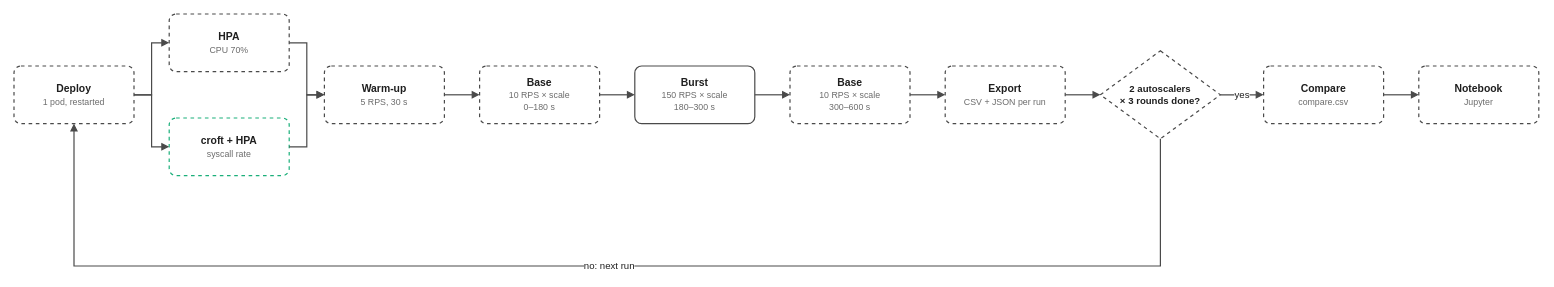
Earlier version of the draw.io diagram labs/research/experiment/assets/burst-flow.drawio (danielcristho/croft). Source tidied: cells renumbered, new cells numbered last; positions are measured from the earlier drawing's top-left corner, leaving out a move shared by most shapes. Both pictures are drawn from the tidied source at 80%, with x=0, y=0 at pixel (14, 14).
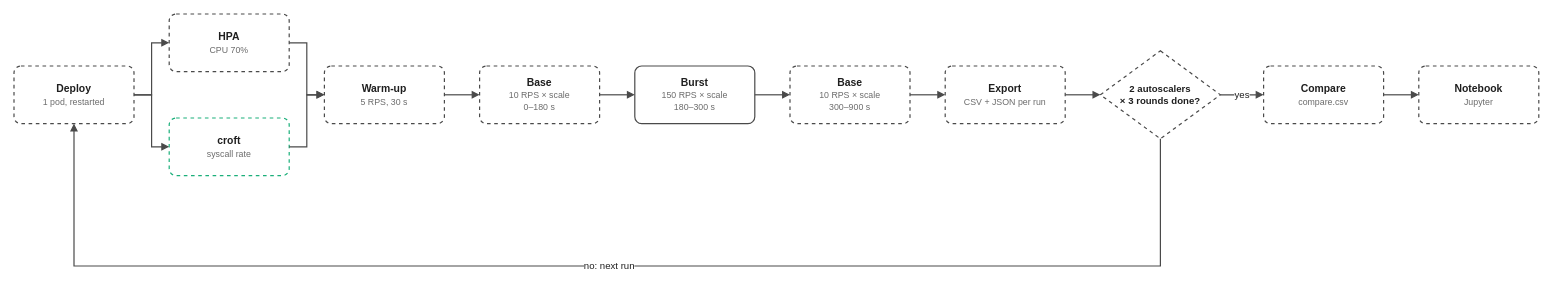
After the change.

Change to the diagram source:
```diff
@@
-    <mxCell id="4" value="&lt;b&gt;croft + HPA&lt;/b&gt;&lt;br&gt;&lt;span style=&quot;font-size:11px;color:#6B6B6B&quot;&gt;syscall rate&lt;/span&gt;" style="rounded=1;arcSize=12;whiteSpace=wrap;html=1;fillColor=#FFFFFF;strokeColor=#1BAF7A;strokeWidth=1.5;dashed=1;fontColor=#1F1F1F;fontSize=13;" parent="1" vertex="1">
+    <mxCell id="4" value="&lt;b&gt;croft&lt;/b&gt;&lt;br&gt;&lt;span style=&quot;font-size:11px;color:#6B6B6B&quot;&gt;syscall rate&lt;/span&gt;" style="rounded=1;arcSize=12;whiteSpace=wrap;html=1;fillColor=#FFFFFF;strokeColor=#1BAF7A;strokeWidth=1.5;dashed=1;fontColor=#1F1F1F;fontSize=13;" parent="1" vertex="1">
       <mxGeometry x="194" y="130" width="150" height="72" as="geometry" />
     </mxCell>
@@
-    <mxCell id="8" value="&lt;b&gt;Base&lt;/b&gt;&lt;br&gt;&lt;span style=&quot;font-size:11px;color:#6B6B6B&quot;&gt;10 RPS × scale&lt;br&gt;300–600 s&lt;/span&gt;" style="rounded=1;arcSize=12;whiteSpace=wrap;html=1;fillColor=#FFFFFF;strokeColor=#4A4A4A;strokeWidth=1.5;dashed=1;fontColor=#1F1F1F;fontSize=13;" parent="1" vertex="1">
+    <mxCell id="8" value="&lt;b&gt;Base&lt;/b&gt;&lt;br&gt;&lt;span style=&quot;font-size:11px;color:#6B6B6B&quot;&gt;10 RPS × scale&lt;br&gt;300–900 s&lt;/span&gt;" style="rounded=1;arcSize=12;whiteSpace=wrap;html=1;fillColor=#FFFFFF;strokeColor=#4A4A4A;strokeWidth=1.5;dashed=1;fontColor=#1F1F1F;fontSize=13;" parent="1" vertex="1">
       <mxGeometry x="970" y="65" width="150" height="72" as="geometry" />
     </mxCell>
```
